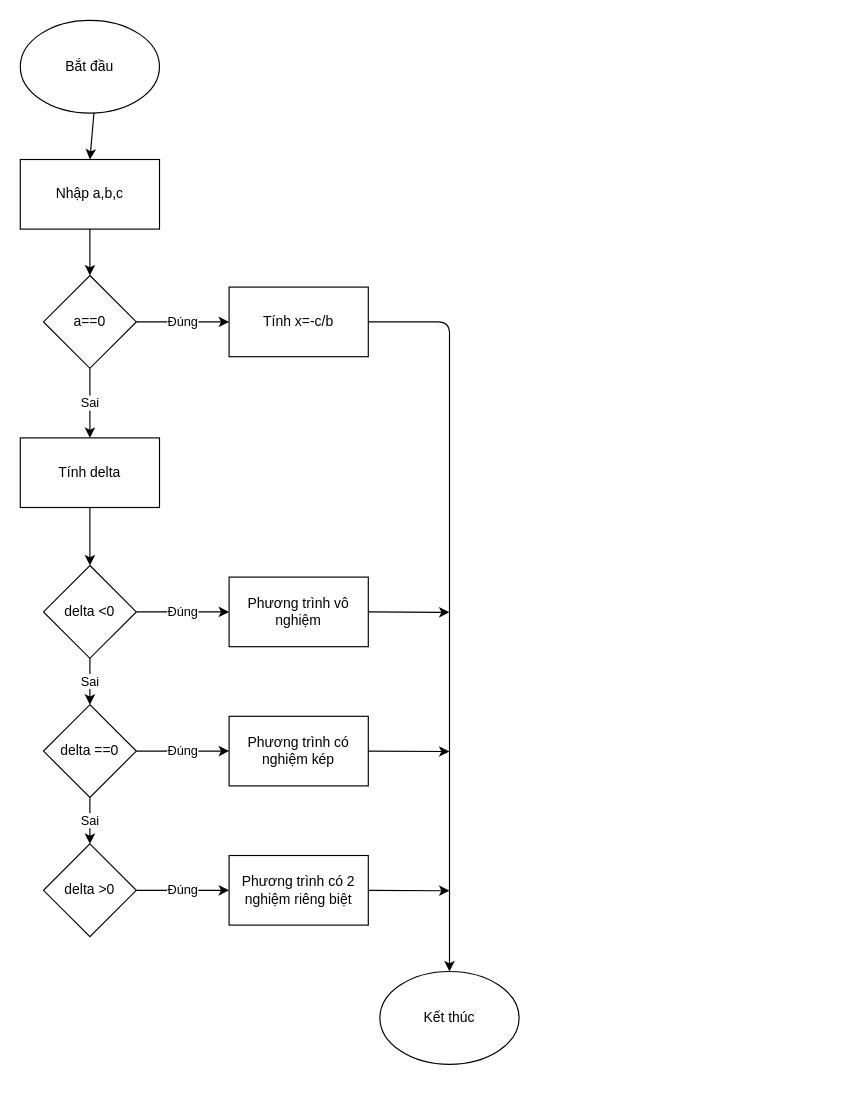
Before: luudobai2_2.drawio in FPOLY-UDPM/com108-cs21301-lab3-hgh15032007-ux, a draw.io diagram. Source tidied: cells renumbered, new cells numbered last; positions are measured from the earlier drawing's top-left corner, leaving out a move shared by most shapes. Both pictures are drawn from the tidied source at 116%, with x=0, y=0 at pixel (20, 20).
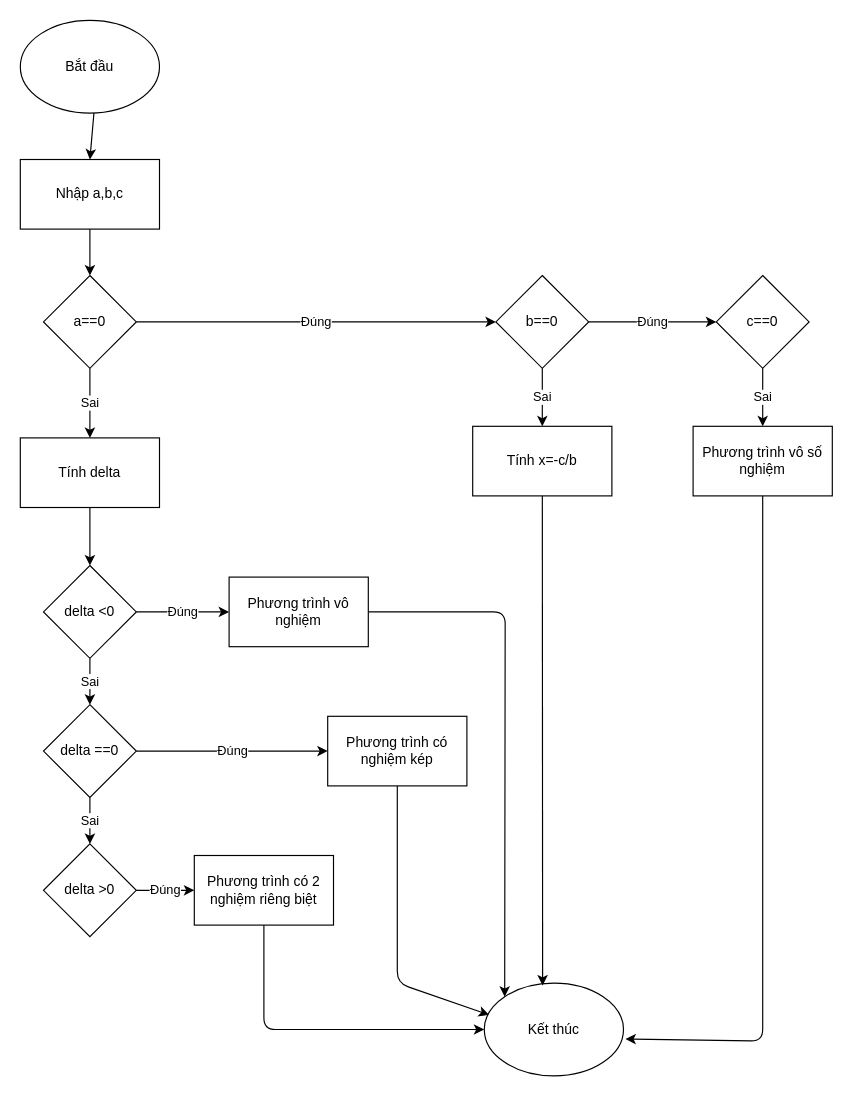
The same page after the edit.

Unchanged cells that the change refers to:
```xml
<mxCell id="6" value="a==0" style="rhombus;whiteSpace=wrap;html=1;" parent="1" vertex="1">
  <mxGeometry x="20" y="220" width="80" height="80" as="geometry" />
</mxCell>
<mxCell id="16" value="Phương trình vô nghiệm" style="rounded=0;whiteSpace=wrap;html=1;" parent="1" vertex="1">
  <mxGeometry x="180" y="480" width="120" height="60" as="geometry" />
</mxCell>
```

What changed in the source:
```diff
@@
-    <mxCell id="7" style="edgeStyle=none;html=1;exitX=1;exitY=0.5;exitDx=0;exitDy=0;entryX=0.5;entryY=0;entryDx=0;entryDy=0;" parent="1" edge="1" source="8" target="27">
-      <mxGeometry relative="1" as="geometry">
-        <Array as="points">
-          <mxPoint x="370" y="260" />
-        </Array>
-      </mxGeometry>
-    </mxCell>
-    <mxCell id="8" value="Tính x=-c/b" style="rounded=0;whiteSpace=wrap;html=1;" parent="1" vertex="1">
-      <mxGeometry x="180" y="230" width="120" height="60" as="geometry" />
-    </mxCell>
@@
-    <mxCell id="11" value="Đúng" style="endArrow=classic;html=1;entryX=0;entryY=0.5;entryDx=0;entryDy=0;exitX=1;exitY=0.5;exitDx=0;exitDy=0;" parent="1" edge="1" source="6" target="8">
+    <mxCell id="11" value="Đúng" style="endArrow=classic;html=1;entryX=0;entryY=0.5;entryDx=0;entryDy=0;exitX=1;exitY=0.5;exitDx=0;exitDy=0;" parent="1" edge="1" source="6" target="28">
       <mxGeometry relative="1" as="geometry" />
     </mxCell>
@@
-    <mxCell id="15" style="edgeStyle=none;html=1;exitX=1;exitY=0.5;exitDx=0;exitDy=0;" parent="1" edge="1" source="16">
+    <mxCell id="15" style="edgeStyle=none;html=1;exitX=1;exitY=0.5;exitDx=0;exitDy=0;entryX=0;entryY=0;entryDx=0;entryDy=0;" parent="1" edge="1" source="16" target="27">
       <mxGeometry relative="1" as="geometry">
-        <mxPoint x="370" y="510.4" as="targetPoint" />
+        <Array as="points">
+          <mxPoint x="418" y="510" />
+        </Array>
       </mxGeometry>
     </mxCell>
@@
-    <mxCell id="18" style="edgeStyle=none;html=1;exitX=1;exitY=0.5;exitDx=0;exitDy=0;" parent="1" edge="1" source="19">
+    <mxCell id="18" style="edgeStyle=none;html=1;exitX=0.5;exitY=1;exitDx=0;exitDy=0;entryX=0.035;entryY=0.343;entryDx=0;entryDy=0;entryPerimeter=0;" parent="1" edge="1" source="19" target="27">
       <mxGeometry relative="1" as="geometry">
-        <mxPoint x="370" y="630.4" as="targetPoint" />
+        <Array as="points">
+          <mxPoint x="325" y="830" />
+        </Array>
       </mxGeometry>
     </mxCell>
     <mxCell id="19" value="Phương trình có nghiệm kép" style="rounded=0;whiteSpace=wrap;html=1;" parent="1" vertex="1">
-      <mxGeometry x="180" y="600" width="120" height="60" as="geometry" />
+      <mxGeometry x="265" y="600" width="120" height="60" as="geometry" />
     </mxCell>
@@
-    <mxCell id="21" style="edgeStyle=none;html=1;exitX=1;exitY=0.5;exitDx=0;exitDy=0;" parent="1" edge="1" source="22">
+    <mxCell id="21" style="edgeStyle=none;html=1;exitX=0.5;exitY=1;exitDx=0;exitDy=0;entryX=0;entryY=0.5;entryDx=0;entryDy=0;" parent="1" edge="1" source="22" target="27">
       <mxGeometry relative="1" as="geometry">
-        <mxPoint x="370" y="750.4" as="targetPoint" />
+        <Array as="points">
+          <mxPoint x="210" y="870" />
+        </Array>
       </mxGeometry>
     </mxCell>
     <mxCell id="22" value="Phương trình có 2 nghiệm riêng biệt" style="rounded=0;whiteSpace=wrap;html=1;" parent="1" vertex="1">
-      <mxGeometry x="180" y="720" width="120" height="60" as="geometry" />
+      <mxGeometry x="150" y="720" width="120" height="60" as="geometry" />
     </mxCell>
@@
     <mxCell id="27" value="Kết thúc" style="ellipse;whiteSpace=wrap;html=1;" parent="1" vertex="1">
-      <mxGeometry x="310" y="820" width="120" height="80" as="geometry" />
+      <mxGeometry x="400" y="830" width="120" height="80" as="geometry" />
     </mxCell>
+    <mxCell id="28" value="b==0" style="rhombus;whiteSpace=wrap;html=1;" parent="1" vertex="1">
+      <mxGeometry x="410" y="220" width="80" height="80" as="geometry" />
+    </mxCell>
+    <mxCell id="29" value="c==0" style="rhombus;whiteSpace=wrap;html=1;" parent="1" vertex="1">
+      <mxGeometry x="600" y="220" width="80" height="80" as="geometry" />
+    </mxCell>
+    <mxCell id="30" value="Đúng" style="endArrow=classic;html=1;entryX=0;entryY=0.5;entryDx=0;entryDy=0;exitX=1;exitY=0.5;exitDx=0;exitDy=0;" parent="1" edge="1" source="28" target="29">
+      <mxGeometry relative="1" as="geometry" />
+    </mxCell>
+    <mxCell id="31" value="Sai" style="endArrow=classic;html=1;exitX=0.5;exitY=1;exitDx=0;exitDy=0;entryX=0.5;entryY=0;entryDx=0;entryDy=0;" parent="1" edge="1" source="28" target="8">
+      <mxGeometry relative="1" as="geometry" />
+    </mxCell>
+    <mxCell id="32" value="Sai" style="endArrow=classic;html=1;exitX=0.5;exitY=1;exitDx=0;exitDy=0;" parent="1" edge="1" source="29" target="33">
+      <mxGeometry relative="1" as="geometry" />
+    </mxCell>
+    <mxCell id="33" value="Phương trình vô số nghiệm" style="rounded=0;whiteSpace=wrap;html=1;" parent="1" vertex="1">
+      <mxGeometry x="580" y="350" width="120" height="60" as="geometry" />
+    </mxCell>
+    <mxCell id="8" value="Tính x=-c/b" style="rounded=0;whiteSpace=wrap;html=1;" parent="1" vertex="1">
+      <mxGeometry x="390" y="350" width="120" height="60" as="geometry" />
+    </mxCell>
+    <mxCell id="7" style="edgeStyle=none;html=1;entryX=0.419;entryY=0.026;entryDx=0;entryDy=0;entryPerimeter=0;" parent="1" edge="1" source="8" target="27">
+      <mxGeometry relative="1" as="geometry" />
+    </mxCell>
+    <mxCell id="34" style="edgeStyle=none;html=1;entryX=1.014;entryY=0.602;entryDx=0;entryDy=0;entryPerimeter=0;" parent="1" edge="1" source="33" target="27">
+      <mxGeometry relative="1" as="geometry">
+        <Array as="points">
+          <mxPoint x="640" y="880" />
+        </Array>
+      </mxGeometry>
+    </mxCell>
```
